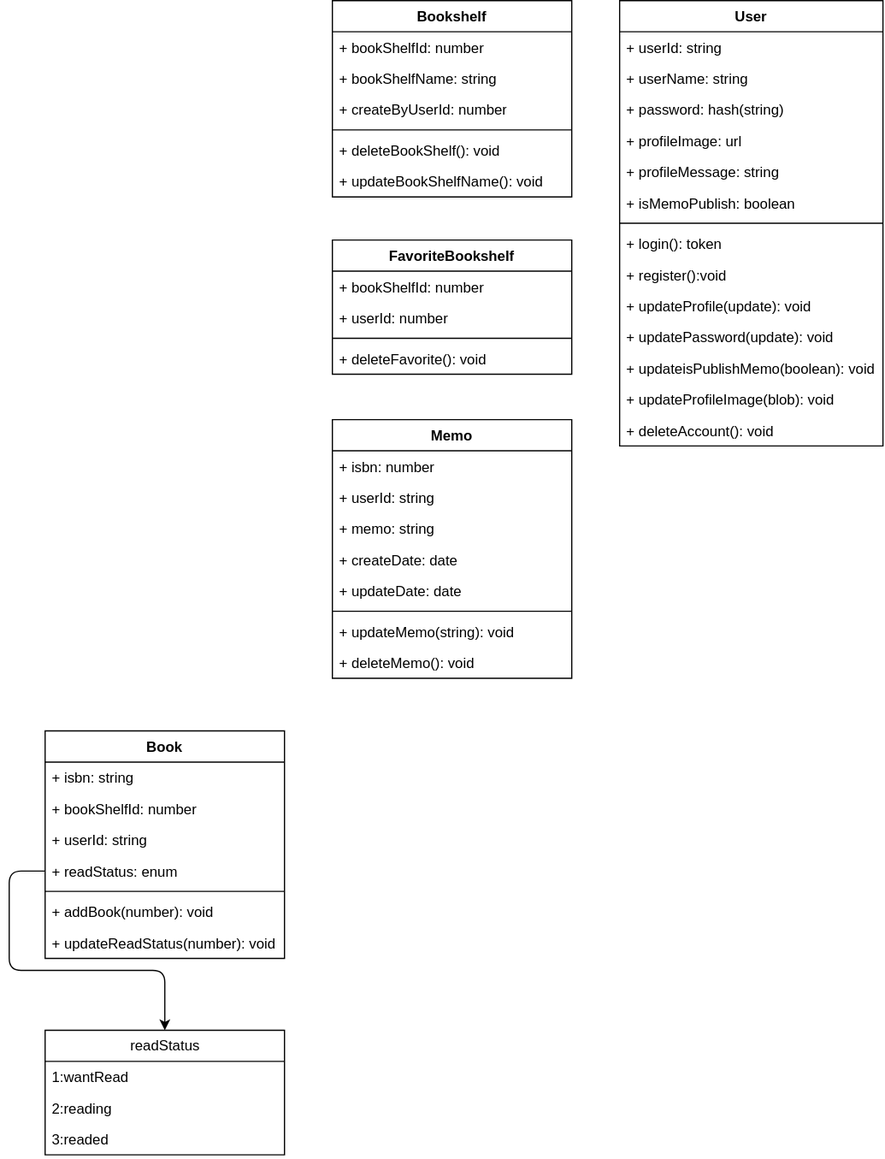
This is _docs/UML/class.drawio.svg from ar4rpon/practice_docker, a draw.io export, as it was before one commit. Source tidied: cells renumbered, new cells last; positions are measured from the earlier drawing's top-left corner, leaving out a move shared by most shapes.
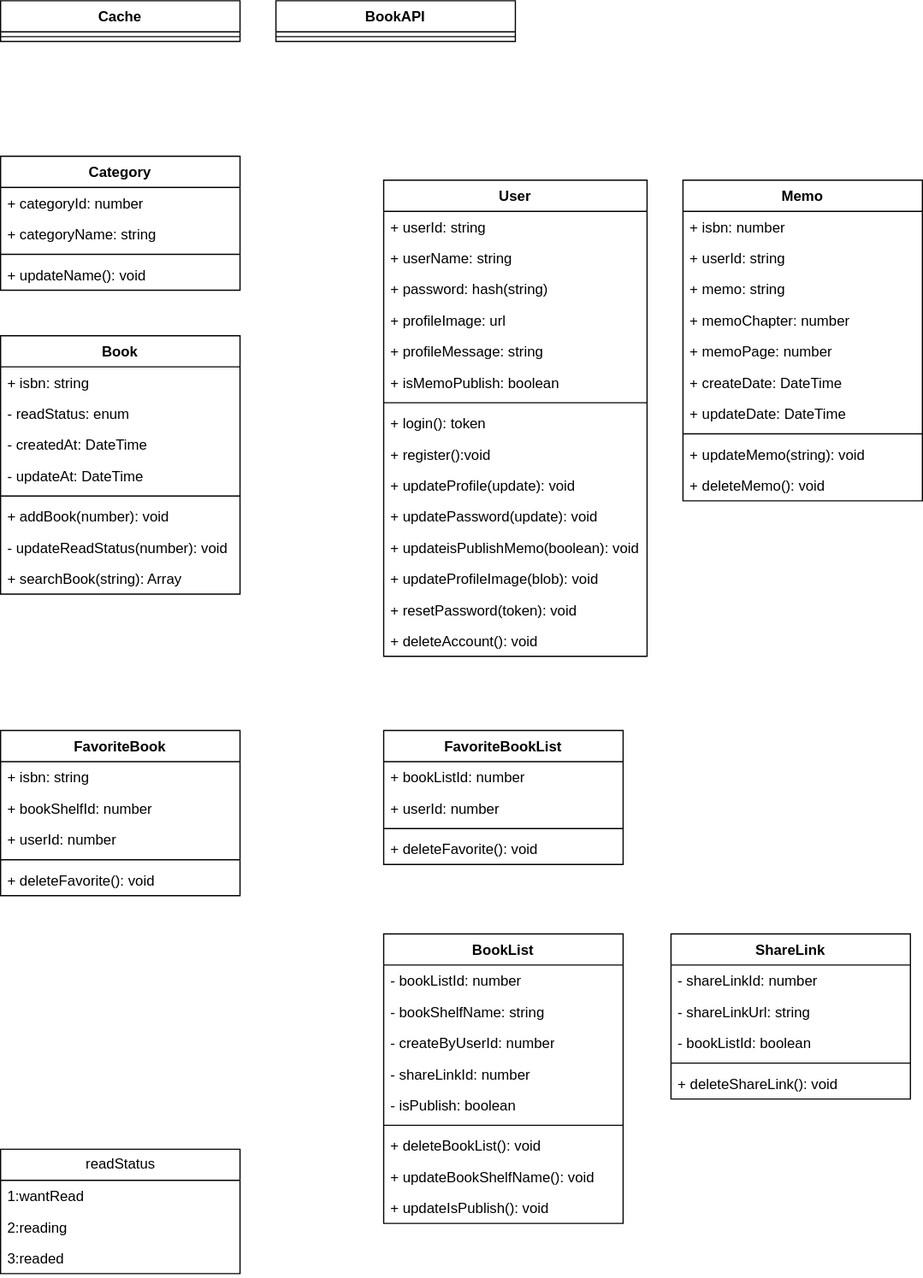
After the commit.

Commit message:
docs:クラス図修正 #12

What changed in the source:
```diff
@@ -5,14 +5,14 @@
     <mxCell id="2" value="Book" style="swimlane;fontStyle=1;align=center;verticalAlign=top;horizontal=1;startSize=26;" parent="1" vertex="1">
-      <mxGeometry x="30" y="610" width="200" height="190" as="geometry" />
+      <mxGeometry x="30" y="280" width="200" height="216" as="geometry" />
     </mxCell>
-    <mxCell id="3" value="+ isbn: string" style="text;strokeColor=none;fillColor=none;align=left;verticalAlign=top;spacingLeft=4;spacingRight=4;overflow=hidden;" parent="2" vertex="1">
-      <mxGeometry y="26" width="200" height="26" as="geometry" />
-    </mxCell>
-    <mxCell id="4" value="+ bookShelfId: number" style="text;strokeColor=none;fillColor=none;align=left;verticalAlign=top;spacingLeft=4;spacingRight=4;overflow=hidden;" parent="2" vertex="1">
-      <mxGeometry y="52" width="200" height="26" as="geometry" />
-    </mxCell>
+    <mxCell id="51" value="+ isbn: string" style="text;strokeColor=none;fillColor=none;align=left;verticalAlign=top;spacingLeft=4;spacingRight=4;overflow=hidden;" parent="2" vertex="1">
+      <mxGeometry y="26" width="200" height="26" as="geometry" />
+    </mxCell>
-    <mxCell id="5" value="+ userId: string" style="text;strokeColor=none;fillColor=none;align=left;verticalAlign=top;spacingLeft=4;spacingRight=4;overflow=hidden;" parent="2" vertex="1">
-      <mxGeometry y="78" width="200" height="26" as="geometry" />
+    <mxCell id="5" value="- readStatus: enum" style="text;strokeColor=none;fillColor=none;align=left;verticalAlign=top;spacingLeft=4;spacingRight=4;overflow=hidden;" parent="2" vertex="1">
+      <mxGeometry y="52" width="200" height="26" as="geometry" />
     </mxCell>
+    <mxCell id="52" value="- createdAt: DateTime" style="text;strokeColor=none;fillColor=none;align=left;verticalAlign=top;spacingLeft=4;spacingRight=4;overflow=hidden;" parent="2" vertex="1">
+      <mxGeometry y="78" width="200" height="26" as="geometry" />
+    </mxCell>
-    <mxCell id="6" value="+ readStatus: enum" style="text;strokeColor=none;fillColor=none;align=left;verticalAlign=top;spacingLeft=4;spacingRight=4;overflow=hidden;points=[[0,0.5],[1,0.5]];portConstraint=eastwest;" parent="2" vertex="1">
+    <mxCell id="6" value="- updateAt: DateTime" style="text;strokeColor=none;fillColor=none;align=left;verticalAlign=top;spacingLeft=4;spacingRight=4;overflow=hidden;points=[[0,0.5],[1,0.5]];portConstraint=eastwest;" parent="2" vertex="1">
       <mxGeometry y="104" width="200" height="26" as="geometry" />
@@ -25,7 +25,10 @@
     </mxCell>
-    <mxCell id="9" value="+ updateReadStatus(number): void" style="text;strokeColor=none;fillColor=none;align=left;verticalAlign=top;spacingLeft=4;spacingRight=4;overflow=hidden;" parent="2" vertex="1">
+    <mxCell id="9" value="- updateReadStatus(number): void" style="text;strokeColor=none;fillColor=none;align=left;verticalAlign=top;spacingLeft=4;spacingRight=4;overflow=hidden;" parent="2" vertex="1">
       <mxGeometry y="164" width="200" height="26" as="geometry" />
     </mxCell>
+    <mxCell id="53" value="+ searchBook(string): Array" style="text;strokeColor=none;fillColor=none;align=left;verticalAlign=top;spacingLeft=4;spacingRight=4;overflow=hidden;" parent="2" vertex="1">
+      <mxGeometry y="190" width="200" height="26" as="geometry" />
+    </mxCell>
     <mxCell id="10" value="User" style="swimlane;fontStyle=1;align=center;verticalAlign=top;horizontal=1;startSize=26;" parent="1" vertex="1">
-      <mxGeometry x="510" width="220" height="372" as="geometry" />
+      <mxGeometry x="350" y="150" width="220" height="398" as="geometry" />
     </mxCell>
@@ -70,7 +73,10 @@
     </mxCell>
-    <mxCell id="24" value="+ deleteAccount(): void" style="text;strokeColor=none;fillColor=none;align=left;verticalAlign=top;spacingLeft=4;spacingRight=4;overflow=hidden;" parent="10" vertex="1">
+    <mxCell id="24" value="+ resetPassword(token): void" style="text;strokeColor=none;fillColor=none;align=left;verticalAlign=top;spacingLeft=4;spacingRight=4;overflow=hidden;" parent="10" vertex="1">
       <mxGeometry y="346" width="220" height="26" as="geometry" />
     </mxCell>
+    <mxCell id="54" value="+ deleteAccount(): void" style="text;strokeColor=none;fillColor=none;align=left;verticalAlign=top;spacingLeft=4;spacingRight=4;overflow=hidden;" parent="10" vertex="1">
+      <mxGeometry y="372" width="220" height="26" as="geometry" />
+    </mxCell>
     <mxCell id="25" value="Memo" style="swimlane;fontStyle=1;align=center;verticalAlign=top;horizontal=1;startSize=26;" parent="1" vertex="1">
-      <mxGeometry x="270" y="350" width="200" height="216" as="geometry" />
+      <mxGeometry x="600" y="150" width="200" height="268" as="geometry" />
     </mxCell>
@@ -82,45 +88,60 @@
     </mxCell>
+    <mxCell id="55" value="+ memo: string" style="text;strokeColor=none;fillColor=none;align=left;verticalAlign=top;spacingLeft=4;spacingRight=4;overflow=hidden;" parent="25" vertex="1">
+      <mxGeometry y="78" width="200" height="26" as="geometry" />
+    </mxCell>
+    <mxCell id="56" value="+ memoChapter: number" style="text;strokeColor=none;fillColor=none;align=left;verticalAlign=top;spacingLeft=4;spacingRight=4;overflow=hidden;" parent="25" vertex="1">
+      <mxGeometry y="104" width="200" height="26" as="geometry" />
+    </mxCell>
-    <mxCell id="28" value="+ memo: string" style="text;strokeColor=none;fillColor=none;align=left;verticalAlign=top;spacingLeft=4;spacingRight=4;overflow=hidden;" parent="25" vertex="1">
-      <mxGeometry y="78" width="200" height="26" as="geometry" />
+    <mxCell id="28" value="+ memoPage: number" style="text;strokeColor=none;fillColor=none;align=left;verticalAlign=top;spacingLeft=4;spacingRight=4;overflow=hidden;" parent="25" vertex="1">
+      <mxGeometry y="130" width="200" height="26" as="geometry" />
     </mxCell>
-    <mxCell id="29" value="+ createDate: date" style="text;strokeColor=none;fillColor=none;align=left;verticalAlign=top;spacingLeft=4;spacingRight=4;overflow=hidden;" parent="25" vertex="1">
-      <mxGeometry y="104" width="200" height="26" as="geometry" />
+    <mxCell id="29" value="+ createDate: DateTime" style="text;strokeColor=none;fillColor=none;align=left;verticalAlign=top;spacingLeft=4;spacingRight=4;overflow=hidden;" parent="25" vertex="1">
+      <mxGeometry y="156" width="200" height="26" as="geometry" />
     </mxCell>
-    <mxCell id="30" value="+ updateDate: date" style="text;strokeColor=none;fillColor=none;align=left;verticalAlign=top;spacingLeft=4;spacingRight=4;overflow=hidden;" parent="25" vertex="1">
-      <mxGeometry y="130" width="200" height="26" as="geometry" />
+    <mxCell id="30" value="+ updateDate: DateTime" style="text;strokeColor=none;fillColor=none;align=left;verticalAlign=top;spacingLeft=4;spacingRight=4;overflow=hidden;" parent="25" vertex="1">
+      <mxGeometry y="182" width="200" height="26" as="geometry" />
     </mxCell>
     <mxCell id="31" style="line;strokeWidth=1;fillColor=none;align=left;verticalAlign=middle;spacingTop=-1;spacingLeft=3;spacingRight=3;labelPosition=right;strokeColor=inherit;" parent="25" vertex="1">
-      <mxGeometry y="156" width="200" height="8" as="geometry" />
+      <mxGeometry y="208" width="200" height="8" as="geometry" />
     </mxCell>
     <mxCell id="32" value="+ updateMemo(string): void" style="text;strokeColor=none;fillColor=none;align=left;verticalAlign=top;spacingLeft=4;spacingRight=4;overflow=hidden;" parent="25" vertex="1">
-      <mxGeometry y="164" width="200" height="26" as="geometry" />
+      <mxGeometry y="216" width="200" height="26" as="geometry" />
     </mxCell>
     <mxCell id="33" value="+ deleteMemo(): void" style="text;strokeColor=none;fillColor=none;align=left;verticalAlign=top;spacingLeft=4;spacingRight=4;overflow=hidden;" parent="25" vertex="1">
-      <mxGeometry y="190" width="200" height="26" as="geometry" />
+      <mxGeometry y="242" width="200" height="26" as="geometry" />
     </mxCell>
-    <mxCell id="34" value="Bookshelf" style="swimlane;fontStyle=1;align=center;verticalAlign=top;horizontal=1;startSize=26;" parent="1" vertex="1">
-      <mxGeometry x="270" width="200" height="164" as="geometry" />
+    <mxCell id="34" value="BookList" style="swimlane;fontStyle=1;align=center;verticalAlign=top;horizontal=1;startSize=26;" parent="1" vertex="1">
+      <mxGeometry x="350" y="780" width="200" height="242" as="geometry" />
     </mxCell>
-    <mxCell id="35" value="+ bookShelfId: number" style="text;strokeColor=none;fillColor=none;align=left;verticalAlign=top;spacingLeft=4;spacingRight=4;overflow=hidden;" parent="34" vertex="1">
+    <mxCell id="35" value="- bookListId: number" style="text;strokeColor=none;fillColor=none;align=left;verticalAlign=top;spacingLeft=4;spacingRight=4;overflow=hidden;" parent="34" vertex="1">
       <mxGeometry y="26" width="200" height="26" as="geometry" />
     </mxCell>
-    <mxCell id="36" value="+ bookShelfName: string" style="text;strokeColor=none;fillColor=none;align=left;verticalAlign=top;spacingLeft=4;spacingRight=4;overflow=hidden;" parent="34" vertex="1">
+    <mxCell id="36" value="- bookShelfName: string" style="text;strokeColor=none;fillColor=none;align=left;verticalAlign=top;spacingLeft=4;spacingRight=4;overflow=hidden;" parent="34" vertex="1">
       <mxGeometry y="52" width="200" height="26" as="geometry" />
     </mxCell>
-    <mxCell id="37" value="+ createByUserId: number" style="text;strokeColor=none;fillColor=none;align=left;verticalAlign=top;spacingLeft=4;spacingRight=4;overflow=hidden;html=1;" parent="34" vertex="1">
+    <mxCell id="37" value="- createByUserId: number" style="text;strokeColor=none;fillColor=none;align=left;verticalAlign=top;spacingLeft=4;spacingRight=4;overflow=hidden;html=1;" parent="34" vertex="1">
       <mxGeometry y="78" width="200" height="26" as="geometry" />
     </mxCell>
+    <mxCell id="57" value="- shareLinkId: number" style="text;strokeColor=none;fillColor=none;align=left;verticalAlign=top;spacingLeft=4;spacingRight=4;overflow=hidden;html=1;" parent="34" vertex="1">
+      <mxGeometry y="104" width="200" height="26" as="geometry" />
+    </mxCell>
+    <mxCell id="58" value="- isPublish: boolean" style="text;strokeColor=none;fillColor=none;align=left;verticalAlign=top;spacingLeft=4;spacingRight=4;overflow=hidden;html=1;" parent="34" vertex="1">
+      <mxGeometry y="130" width="200" height="26" as="geometry" />
+    </mxCell>
     <mxCell id="38" style="line;strokeWidth=1;fillColor=none;align=left;verticalAlign=middle;spacingTop=-1;spacingLeft=3;spacingRight=3;labelPosition=right;strokeColor=inherit;" parent="34" vertex="1">
-      <mxGeometry y="104" width="200" height="8" as="geometry" />
+      <mxGeometry y="156" width="200" height="8" as="geometry" />
     </mxCell>
-    <mxCell id="39" value="+ deleteBookShelf(): void" style="text;strokeColor=none;fillColor=none;align=left;verticalAlign=top;spacingLeft=4;spacingRight=4;overflow=hidden;" parent="34" vertex="1">
-      <mxGeometry y="112" width="200" height="26" as="geometry" />
+    <mxCell id="39" value="+ deleteBookList(): void" style="text;strokeColor=none;fillColor=none;align=left;verticalAlign=top;spacingLeft=4;spacingRight=4;overflow=hidden;" parent="34" vertex="1">
+      <mxGeometry y="164" width="200" height="26" as="geometry" />
     </mxCell>
     <mxCell id="40" value="+ updateBookShelfName(): void" style="text;strokeColor=none;fillColor=none;align=left;verticalAlign=top;spacingLeft=4;spacingRight=4;overflow=hidden;" parent="34" vertex="1">
-      <mxGeometry y="138" width="200" height="26" as="geometry" />
+      <mxGeometry y="190" width="200" height="26" as="geometry" />
     </mxCell>
+    <mxCell id="59" value="+ updateIsPublish(): void" style="text;strokeColor=none;fillColor=none;align=left;verticalAlign=top;spacingLeft=4;spacingRight=4;overflow=hidden;" parent="34" vertex="1">
+      <mxGeometry y="216" width="200" height="26" as="geometry" />
+    </mxCell>
-    <mxCell id="41" value="FavoriteBookshelf" style="swimlane;fontStyle=1;align=center;verticalAlign=top;horizontal=1;startSize=26;" parent="1" vertex="1">
-      <mxGeometry x="270" y="200" width="200" height="112" as="geometry" />
+    <mxCell id="41" value="FavoriteBookList" style="swimlane;fontStyle=1;align=center;verticalAlign=top;horizontal=1;startSize=26;" parent="1" vertex="1">
+      <mxGeometry x="350" y="610" width="200" height="112" as="geometry" />
     </mxCell>
-    <mxCell id="42" value="+ bookShelfId: number" style="text;strokeColor=none;fillColor=none;align=left;verticalAlign=top;spacingLeft=4;spacingRight=4;overflow=hidden;" parent="41" vertex="1">
+    <mxCell id="42" value="+ bookListId: number" style="text;strokeColor=none;fillColor=none;align=left;verticalAlign=top;spacingLeft=4;spacingRight=4;overflow=hidden;" parent="41" vertex="1">
       <mxGeometry y="26" width="200" height="26" as="geometry" />
@@ -137,3 +158,3 @@
     <mxCell id="46" value="&lt;span style=&quot;text-align: left;&quot;&gt;readStatus&lt;/span&gt;" style="swimlane;fontStyle=0;horizontal=1;startSize=26;fillColor=none;html=1;" parent="1" vertex="1">
-      <mxGeometry x="30" y="860" width="200" height="104" as="geometry" />
+      <mxGeometry x="30" y="960" width="200" height="104" as="geometry" />
     </mxCell>
@@ -148,11 +169,65 @@
     </mxCell>
-    <mxCell id="50" style="edgeStyle=none;html=1;exitX=0;exitY=0.5;exitDx=0;exitDy=0;entryX=0.5;entryY=0;entryDx=0;entryDy=0;" parent="1" edge="1" source="6" target="46">
-      <mxGeometry relative="1" as="geometry">
-        <Array as="points">
-          <mxPoint y="727" />
-          <mxPoint y="810" />
-          <mxPoint x="130" y="810" />
-        </Array>
-      </mxGeometry>
-    </mxCell>
+    <mxCell id="60" value="Category" style="swimlane;fontStyle=1;align=center;verticalAlign=top;horizontal=1;startSize=26;" parent="1" vertex="1">
+      <mxGeometry x="30" y="130" width="200" height="112" as="geometry" />
+    </mxCell>
+    <mxCell id="61" value="+ categoryId: number" style="text;strokeColor=none;fillColor=none;align=left;verticalAlign=top;spacingLeft=4;spacingRight=4;overflow=hidden;" parent="60" vertex="1">
+      <mxGeometry y="26" width="200" height="26" as="geometry" />
+    </mxCell>
+    <mxCell id="62" value="+ categoryName: string" style="text;strokeColor=none;fillColor=none;align=left;verticalAlign=top;spacingLeft=4;spacingRight=4;overflow=hidden;" parent="60" vertex="1">
+      <mxGeometry y="52" width="200" height="26" as="geometry" />
+    </mxCell>
+    <mxCell id="63" style="line;strokeWidth=1;fillColor=none;align=left;verticalAlign=middle;spacingTop=-1;spacingLeft=3;spacingRight=3;labelPosition=right;strokeColor=inherit;" parent="60" vertex="1">
+      <mxGeometry y="78" width="200" height="8" as="geometry" />
+    </mxCell>
+    <mxCell id="64" value="+ updateName(): void" style="text;strokeColor=none;fillColor=none;align=left;verticalAlign=top;spacingLeft=4;spacingRight=4;overflow=hidden;" parent="60" vertex="1">
+      <mxGeometry y="86" width="200" height="26" as="geometry" />
+    </mxCell>
+    <mxCell id="65" value="FavoriteBook" style="swimlane;fontStyle=1;align=center;verticalAlign=top;horizontal=1;startSize=26;" parent="1" vertex="1">
+      <mxGeometry x="30" y="610" width="200" height="138" as="geometry" />
+    </mxCell>
+    <mxCell id="66" value="+ isbn: string" style="text;strokeColor=none;fillColor=none;align=left;verticalAlign=top;spacingLeft=4;spacingRight=4;overflow=hidden;" parent="65" vertex="1">
+      <mxGeometry y="26" width="200" height="26" as="geometry" />
+    </mxCell>
+    <mxCell id="4" value="+ bookShelfId: number" style="text;strokeColor=none;fillColor=none;align=left;verticalAlign=top;spacingLeft=4;spacingRight=4;overflow=hidden;" parent="65" vertex="1">
+      <mxGeometry y="52" width="200" height="26" as="geometry" />
+    </mxCell>
+    <mxCell id="67" value="+ userId: number" style="text;strokeColor=none;fillColor=none;align=left;verticalAlign=top;spacingLeft=4;spacingRight=4;overflow=hidden;" parent="65" vertex="1">
+      <mxGeometry y="78" width="200" height="26" as="geometry" />
+    </mxCell>
+    <mxCell id="68" style="line;strokeWidth=1;fillColor=none;align=left;verticalAlign=middle;spacingTop=-1;spacingLeft=3;spacingRight=3;labelPosition=right;strokeColor=inherit;" parent="65" vertex="1">
+      <mxGeometry y="104" width="200" height="8" as="geometry" />
+    </mxCell>
+    <mxCell id="69" value="+ deleteFavorite(): void" style="text;strokeColor=none;fillColor=none;align=left;verticalAlign=top;spacingLeft=4;spacingRight=4;overflow=hidden;" parent="65" vertex="1">
+      <mxGeometry y="112" width="200" height="26" as="geometry" />
+    </mxCell>
+    <mxCell id="70" value="ShareLink" style="swimlane;fontStyle=1;align=center;verticalAlign=top;horizontal=1;startSize=26;" parent="1" vertex="1">
+      <mxGeometry x="590" y="780" width="200" height="138" as="geometry" />
+    </mxCell>
+    <mxCell id="71" value="- shareLinkId: number" style="text;strokeColor=none;fillColor=none;align=left;verticalAlign=top;spacingLeft=4;spacingRight=4;overflow=hidden;" parent="70" vertex="1">
+      <mxGeometry y="26" width="200" height="26" as="geometry" />
+    </mxCell>
+    <mxCell id="72" value="- shareLinkUrl: string" style="text;strokeColor=none;fillColor=none;align=left;verticalAlign=top;spacingLeft=4;spacingRight=4;overflow=hidden;" parent="70" vertex="1">
+      <mxGeometry y="52" width="200" height="26" as="geometry" />
+    </mxCell>
+    <mxCell id="73" value="- bookListId: boolean" style="text;strokeColor=none;fillColor=none;align=left;verticalAlign=top;spacingLeft=4;spacingRight=4;overflow=hidden;html=1;" parent="70" vertex="1">
+      <mxGeometry y="78" width="200" height="26" as="geometry" />
+    </mxCell>
+    <mxCell id="74" style="line;strokeWidth=1;fillColor=none;align=left;verticalAlign=middle;spacingTop=-1;spacingLeft=3;spacingRight=3;labelPosition=right;strokeColor=inherit;" parent="70" vertex="1">
+      <mxGeometry y="104" width="200" height="8" as="geometry" />
+    </mxCell>
+    <mxCell id="75" value="+ deleteShareLink(): void" style="text;strokeColor=none;fillColor=none;align=left;verticalAlign=top;spacingLeft=4;spacingRight=4;overflow=hidden;" parent="70" vertex="1">
+      <mxGeometry y="112" width="200" height="26" as="geometry" />
+    </mxCell>
+    <mxCell id="76" value="Cache" style="swimlane;fontStyle=1;align=center;verticalAlign=top;horizontal=1;startSize=26;" parent="1" vertex="1">
+      <mxGeometry x="30" width="200" height="34" as="geometry" />
+    </mxCell>
+    <mxCell id="77" style="line;strokeWidth=1;fillColor=none;align=left;verticalAlign=middle;spacingTop=-1;spacingLeft=3;spacingRight=3;labelPosition=right;strokeColor=inherit;" parent="76" vertex="1">
+      <mxGeometry y="26" width="200" height="8" as="geometry" />
+    </mxCell>
+    <mxCell id="78" value="BookAPI" style="swimlane;fontStyle=1;align=center;verticalAlign=top;horizontal=1;startSize=26;" parent="1" vertex="1">
+      <mxGeometry x="260" width="200" height="34" as="geometry" />
+    </mxCell>
+    <mxCell id="79" style="line;strokeWidth=1;fillColor=none;align=left;verticalAlign=middle;spacingTop=-1;spacingLeft=3;spacingRight=3;labelPosition=right;strokeColor=inherit;" parent="78" vertex="1">
+      <mxGeometry y="26" width="200" height="8" as="geometry" />
+    </mxCell>
   </root>
```
